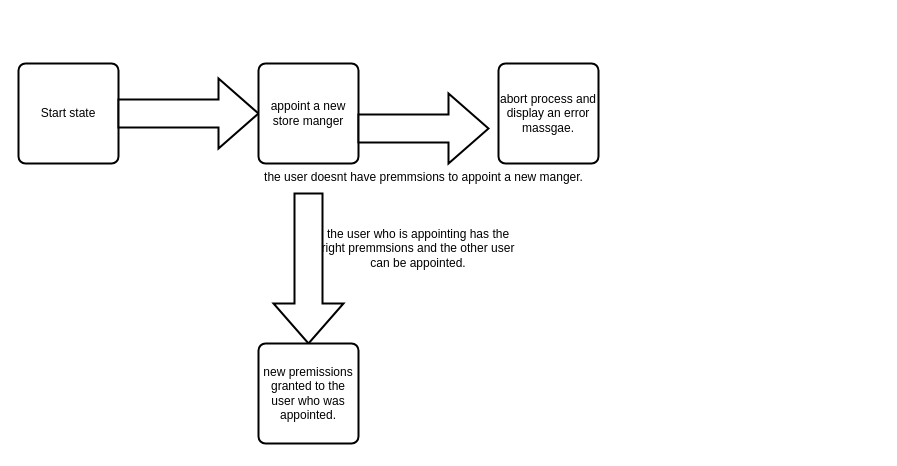
Earlier version of the draw.io diagram docs/source_files/appoint_cd.drawio (amitmosk/TradingSystem). Source tidied: cells renumbered, new cells numbered last; positions are measured from the earlier drawing's top-left corner, leaving out a move shared by most shapes. Both pictures are drawn from the tidied source at 100%, with x=0, y=0 at pixel (18, 63).
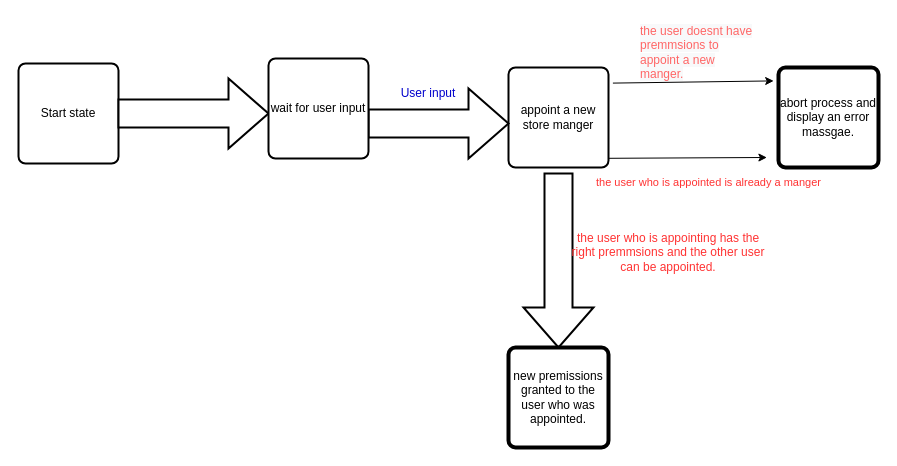
After the change.

Diff of the diagram source:
```diff
@@
 <mxGraphModel>
   <root>
     <mxCell id="0" />
     <mxCell id="1" parent="0" />
     <mxCell id="2" value="Start state" style="rounded=1;whiteSpace=wrap;html=1;absoluteArcSize=1;arcSize=14;strokeWidth=2;fontSize=12;" parent="1" vertex="1">
       <mxGeometry width="100" height="100" as="geometry" />
     </mxCell>
     <mxCell id="3" style="verticalLabelPosition=bottom;verticalAlign=top;html=1;strokeWidth=2;shape=mxgraph.arrows2.arrow;dy=0.6;dx=40;notch=0;fontSize=12;" parent="1" vertex="1">
-      <mxGeometry x="100" y="15" width="140" height="70" as="geometry" />
+      <mxGeometry x="100" y="15" width="150" height="70" as="geometry" />
     </mxCell>
     <mxCell id="4" value="appoint a new store manger" style="rounded=1;whiteSpace=wrap;html=1;absoluteArcSize=1;arcSize=14;strokeWidth=2;fontSize=12;" parent="1" vertex="1">
-      <mxGeometry x="240" width="100" height="100" as="geometry" />
+      <mxGeometry x="490" y="4" width="100" height="100" as="geometry" />
     </mxCell>
-    <mxCell id="5" value="the user doesnt have premmsions to appoint a new manger." style="verticalLabelPosition=bottom;verticalAlign=top;html=1;strokeWidth=2;shape=mxgraph.arrows2.arrow;dy=0.6;dx=40;notch=0;fontSize=12;" parent="1" vertex="1">
-      <mxGeometry x="340" y="30" width="130" height="70" as="geometry" />
+    <mxCell id="5" style="verticalLabelPosition=bottom;verticalAlign=top;html=1;strokeWidth=2;shape=mxgraph.arrows2.arrow;dy=0.6;dx=40;notch=0;fontSize=12;" parent="1" vertex="1">
+      <mxGeometry x="350" y="25" width="140" height="70" as="geometry" />
     </mxCell>
-    <mxCell id="6" value="abort process and display an error massgae." style="rounded=1;whiteSpace=wrap;html=1;absoluteArcSize=1;arcSize=14;strokeWidth=2;fontSize=12;" parent="1" vertex="1">
-      <mxGeometry x="480" width="100" height="100" as="geometry" />
+    <mxCell id="6" value="abort process and display an error massgae." style="rounded=1;whiteSpace=wrap;html=1;absoluteArcSize=1;arcSize=14;strokeWidth=4;fontSize=12;" parent="1" vertex="1">
+      <mxGeometry x="760" y="4" width="100" height="100" as="geometry" />
     </mxCell>
     <mxCell id="7" style="verticalLabelPosition=bottom;verticalAlign=top;html=1;strokeWidth=2;shape=mxgraph.arrows2.arrow;dy=0.6;dx=40;notch=0;fontSize=12;direction=south;" parent="1" vertex="1">
-      <mxGeometry x="255" y="130" width="70" height="150" as="geometry" />
+      <mxGeometry x="505" y="110" width="70" height="174" as="geometry" />
     </mxCell>
-    <mxCell id="8" value="new premissions granted to the user who was appointed." style="rounded=1;whiteSpace=wrap;html=1;absoluteArcSize=1;arcSize=14;strokeWidth=2;fontSize=12;" parent="1" vertex="1">
-      <mxGeometry x="240" y="280" width="100" height="100" as="geometry" />
+    <mxCell id="8" value="new premissions granted to the user who was appointed." style="rounded=1;whiteSpace=wrap;html=1;absoluteArcSize=1;arcSize=14;strokeWidth=4;fontSize=12;" parent="1" vertex="1">
+      <mxGeometry x="490" y="284" width="100" height="100" as="geometry" />
     </mxCell>
-    <mxCell id="9" value="the user who is appointing has the right premmsions and the other user can be appointed." style="text;html=1;strokeColor=none;fillColor=none;align=center;verticalAlign=middle;whiteSpace=wrap;rounded=0;fontSize=12;" parent="1" vertex="1">
-      <mxGeometry x="300" y="170" width="200" height="30" as="geometry" />
+    <mxCell id="9" value="&lt;font color=&quot;#ff3333&quot;&gt;the user who is appointing has the right premmsions and the other user can be appointed.&lt;/font&gt;" style="text;html=1;strokeColor=none;fillColor=none;align=center;verticalAlign=middle;whiteSpace=wrap;rounded=0;fontSize=12;" parent="1" vertex="1">
+      <mxGeometry x="550" y="174" width="200" height="30" as="geometry" />
     </mxCell>
+    <mxCell id="10" value="wait for user input" style="rounded=1;whiteSpace=wrap;html=1;absoluteArcSize=1;arcSize=14;strokeWidth=2;" parent="1" vertex="1">
+      <mxGeometry x="250" y="-5" width="100" height="100" as="geometry" />
+    </mxCell>
+    <mxCell id="11" style="endArrow=classic;html=1;rounded=0;entryX=-0.048;entryY=0.134;entryDx=0;entryDy=0;entryPerimeter=0;exitX=1.044;exitY=0.156;exitDx=0;exitDy=0;exitPerimeter=0;" parent="1" edge="1" source="4" target="6">
+      <mxGeometry relative="1" as="geometry" />
+    </mxCell>
+    <mxCell id="12" value="&lt;span style=&quot;font-family: &amp;#34;helvetica&amp;#34; ; font-size: 12px ; font-style: normal ; font-weight: 400 ; letter-spacing: normal ; text-align: center ; text-indent: 0px ; text-transform: none ; word-spacing: 0px ; background-color: rgb(248 , 249 , 250) ; display: inline ; float: none&quot;&gt;&lt;font color=&quot;#ff6666&quot;&gt;the user doesnt have premmsions to appoint a new manger.&lt;/font&gt;&lt;/span&gt;" style="text;whiteSpace=wrap;html=1;" parent="1" vertex="1">
+      <mxGeometry x="620" y="-46" width="120" height="30" as="geometry" />
+    </mxCell>
+    <mxCell id="13" style="endArrow=classic;html=1;rounded=0;entryX=-0.024;entryY=0.886;entryDx=0;entryDy=0;entryPerimeter=0;exitX=1.092;exitY=0.894;exitDx=0;exitDy=0;exitPerimeter=0;" parent="1" edge="1">
+      <mxGeometry relative="1" as="geometry">
+        <mxPoint x="590" y="94.8" as="sourcePoint" />
+        <mxPoint x="748.4" y="94" as="targetPoint" />
+      </mxGeometry>
+    </mxCell>
+    <mxCell id="14" value="&lt;font color=&quot;#ff3333&quot;&gt;the user who is appointed is already a manger&lt;/font&gt;" style="edgeLabel;html=1;align=center;verticalAlign=middle;" parent="13" vertex="1">
+      <mxGeometry x="-0.47" y="5" relative="1" as="geometry">
+        <mxPoint x="58" y="29" as="offset" />
+      </mxGeometry>
+    </mxCell>
+    <mxCell id="15" value="&lt;font color=&quot;#0000cc&quot;&gt;User input&lt;/font&gt;" style="text;html=1;strokeColor=none;fillColor=none;align=center;verticalAlign=middle;whiteSpace=wrap;rounded=0;fontColor=#FF3333;" parent="1" vertex="1">
+      <mxGeometry x="380" y="15" width="60" height="30" as="geometry" />
+    </mxCell>
   </root>
 </mxGraphModel>
```
